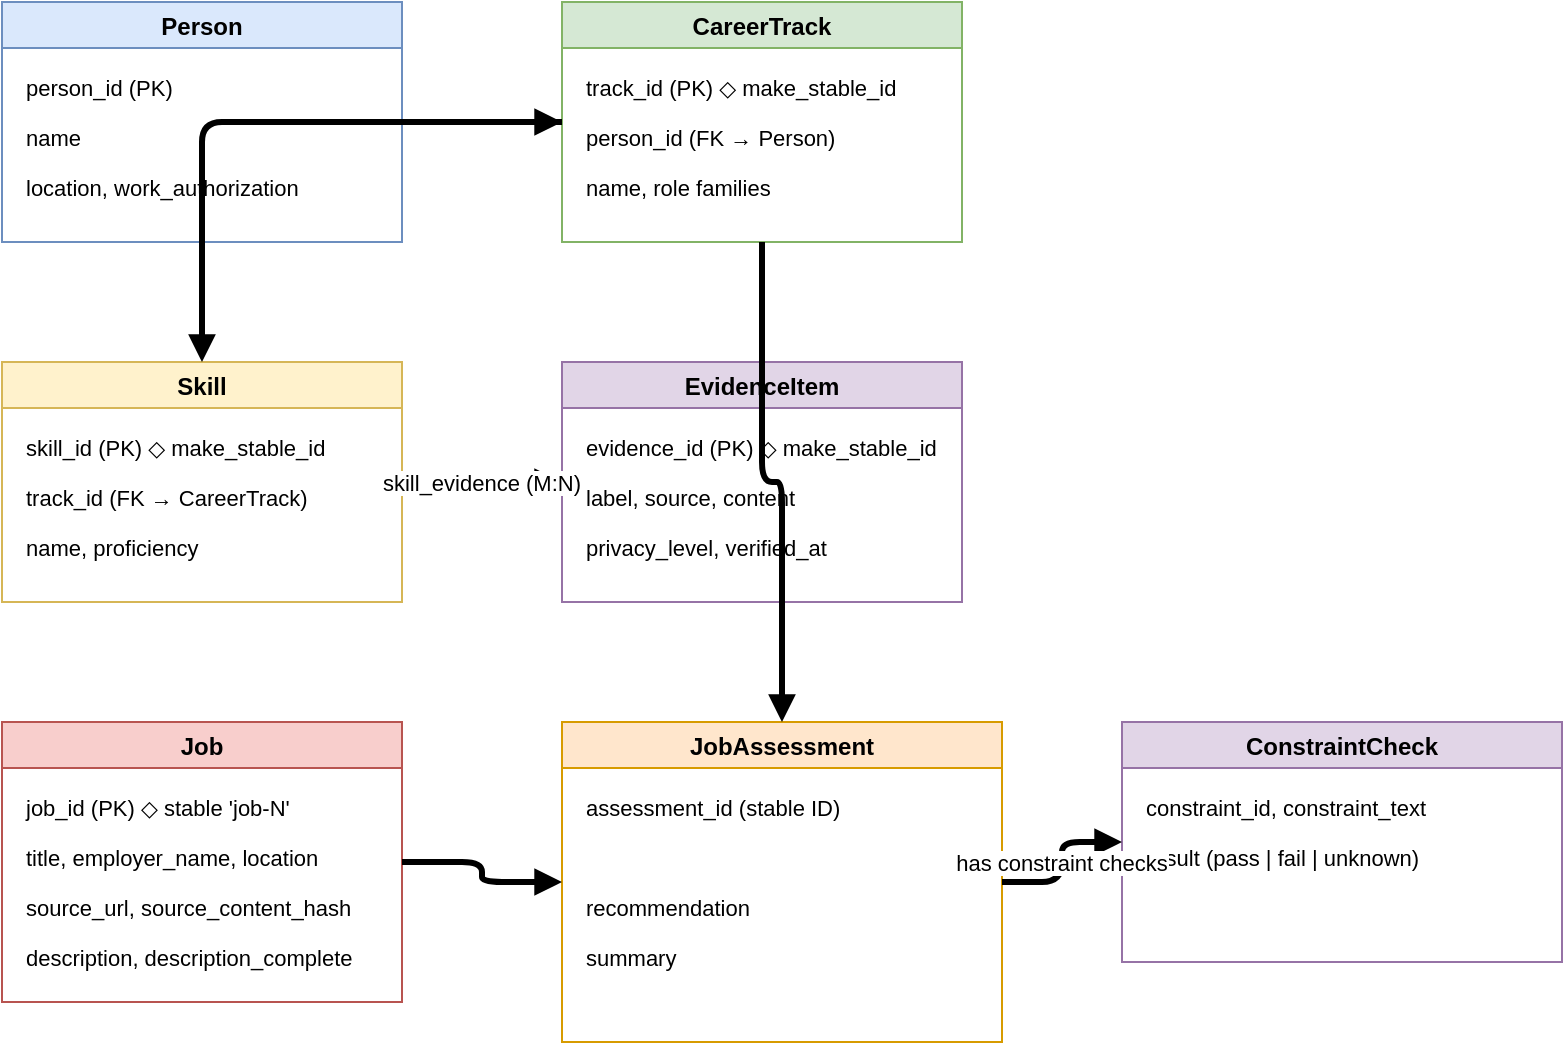
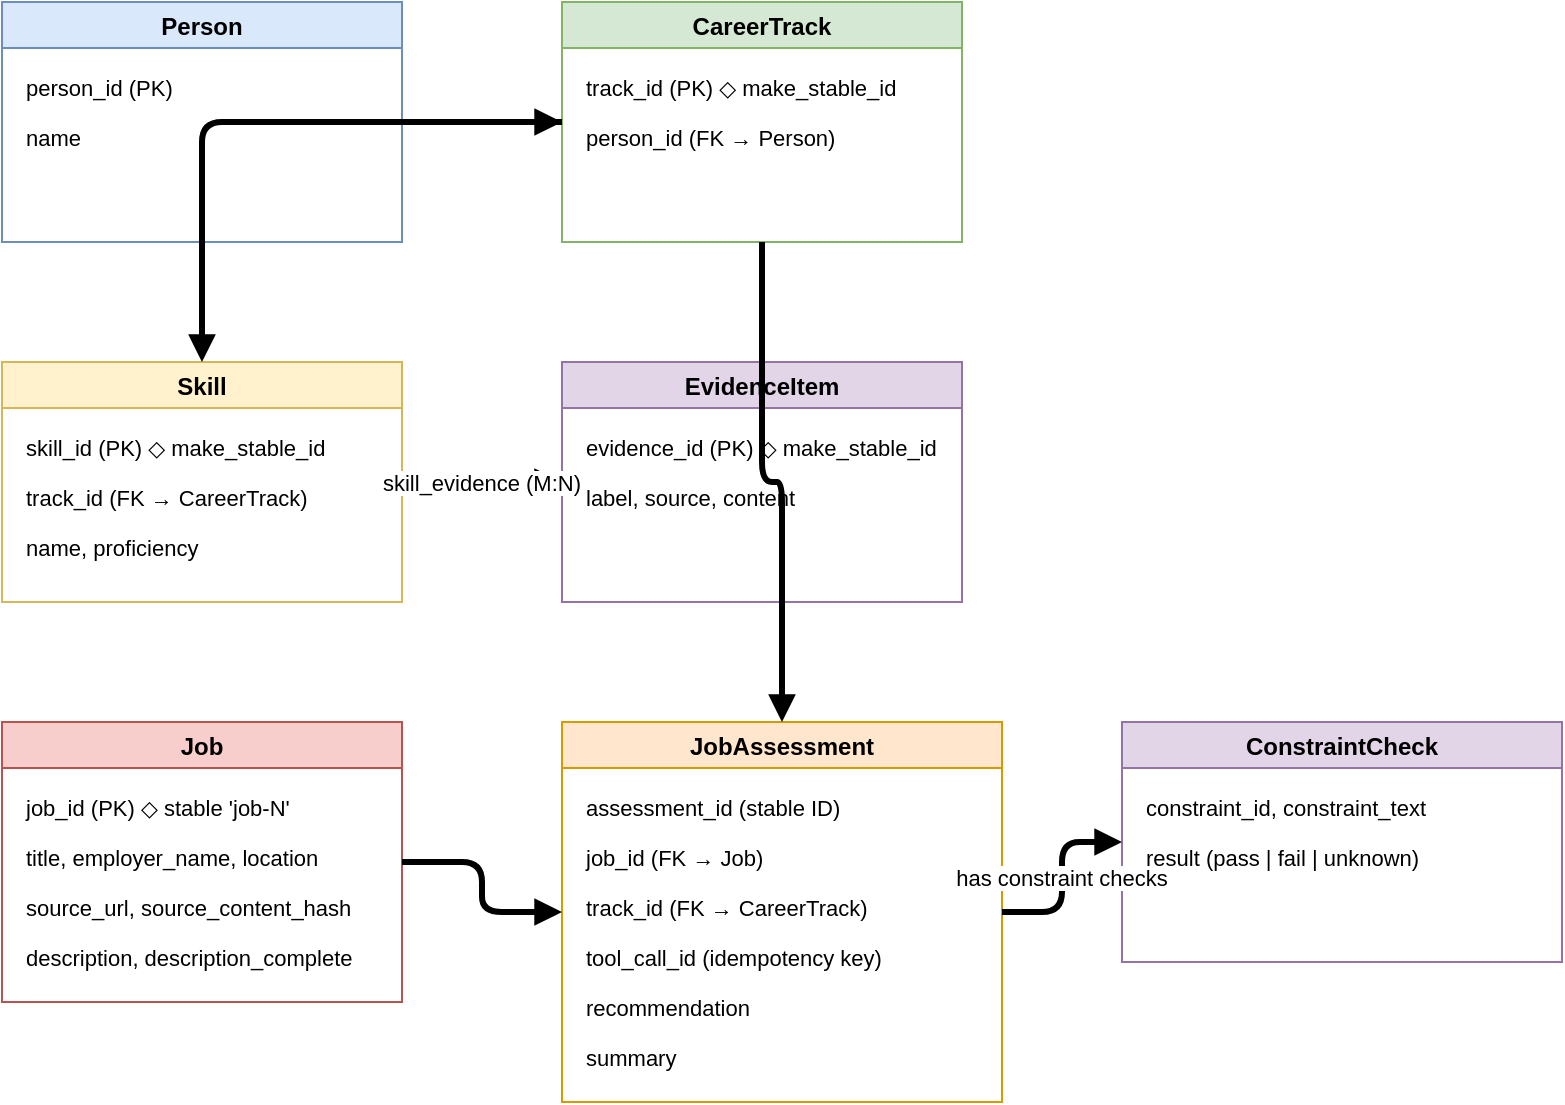
<mxfile host="app.diagrams.net">
  <diagram name="employment-models">
    <mxGraphModel dx="1200" dy="800" grid="1" gridSize="10" guides="1" tooltips="1" connect="1" arrows="1" fold="1" page="1" pageScale="1" pageWidth="827" pageHeight="1169">
      <root>
        <mxCell id="0"/>
        <mxCell id="1" parent="0"/>
        <mxCell id="group-person" value="Person" style="swimlane;fillColor=#dae8fc;strokeColor=#6c8ebf;" vertex="1" parent="1">
          <mxGeometry x="40" y="40" width="200" height="120" as="geometry"/>
        </mxCell>
        <mxCell id="person-id" value="person_id (PK)" style="text;fontSize=11;" vertex="1" parent="group-person">
          <mxGeometry x="10" y="30" width="180" height="20" as="geometry"/>
        </mxCell>
        <mxCell id="person-name" value="name" style="text;fontSize=11;" vertex="1" parent="group-person">
          <mxGeometry x="10" y="55" width="180" height="20" as="geometry"/>
        </mxCell>
-         <mxCell id="person-loc" value="location, work_authorization" style="text;fontSize=11;" vertex="1" parent="group-person">
-           <mxGeometry x="10" y="80" width="180" height="20" as="geometry"/>
-         </mxCell>
        <mxCell id="group-track" value="CareerTrack" style="swimlane;fillColor=#d5e8d4;strokeColor=#82b366;" vertex="1" parent="1">
          <mxGeometry x="320" y="40" width="200" height="120" as="geometry"/>
        </mxCell>
        <mxCell id="track-id" value="track_id (PK)  ◇ make_stable_id" style="text;fontSize=11;" vertex="1" parent="group-track">
          <mxGeometry x="10" y="30" width="180" height="20" as="geometry"/>
        </mxCell>
        <mxCell id="track-pid" value="person_id (FK → Person)" style="text;fontSize=11;" vertex="1" parent="group-track">
          <mxGeometry x="10" y="55" width="180" height="20" as="geometry"/>
-         </mxCell>
-         <mxCell id="track-name" value="name, role families" style="text;fontSize=11;" vertex="1" parent="group-track">
-           <mxGeometry x="10" y="80" width="180" height="20" as="geometry"/>
        </mxCell>
        <mxCell id="group-skill" value="Skill" style="swimlane;fillColor=#fff2cc;strokeColor=#d6b656;" vertex="1" parent="1">
          <mxGeometry x="40" y="220" width="200" height="120" as="geometry"/>
        </mxCell>
        <mxCell id="skill-id" value="skill_id (PK)  ◇ make_stable_id" style="text;fontSize=11;" vertex="1" parent="group-skill">
          <mxGeometry x="10" y="30" width="180" height="20" as="geometry"/>
        </mxCell>
        <mxCell id="skill-tid" value="track_id (FK → CareerTrack)" style="text;fontSize=11;" vertex="1" parent="group-skill">
          <mxGeometry x="10" y="55" width="180" height="20" as="geometry"/>
        </mxCell>
        <mxCell id="skill-prof" value="name, proficiency" style="text;fontSize=11;" vertex="1" parent="group-skill">
          <mxGeometry x="10" y="80" width="180" height="20" as="geometry"/>
        </mxCell>
        <mxCell id="group-evidence" value="EvidenceItem" style="swimlane;fillColor=#e1d5e7;strokeColor=#9673a6;" vertex="1" parent="1">
          <mxGeometry x="320" y="220" width="200" height="120" as="geometry"/>
        </mxCell>
        <mxCell id="ev-id" value="evidence_id (PK)  ◇ make_stable_id" style="text;fontSize=11;" vertex="1" parent="group-evidence">
          <mxGeometry x="10" y="30" width="180" height="20" as="geometry"/>
        </mxCell>
        <mxCell id="ev-label" value="label, source, content" style="text;fontSize=11;" vertex="1" parent="group-evidence">
          <mxGeometry x="10" y="55" width="180" height="20" as="geometry"/>
        </mxCell>
-         <mxCell id="ev-priv" value="privacy_level, verified_at" style="text;fontSize=11;" vertex="1" parent="group-evidence">
-           <mxGeometry x="10" y="80" width="180" height="20" as="geometry"/>
-         </mxCell>
        <mxCell id="group-job" value="Job" style="swimlane;fillColor=#f8cecc;strokeColor=#b85450;" vertex="1" parent="1">
          <mxGeometry x="40" y="400" width="200" height="140" as="geometry"/>
        </mxCell>
        <mxCell id="job-id" value="job_id (PK)  ◇ stable 'job-N'" style="text;fontSize=11;" vertex="1" parent="group-job">
          <mxGeometry x="10" y="30" width="180" height="20" as="geometry"/>
        </mxCell>
        <mxCell id="job-title" value="title, employer_name, location" style="text;fontSize=11;" vertex="1" parent="group-job">
          <mxGeometry x="10" y="55" width="180" height="20" as="geometry"/>
        </mxCell>
        <mxCell id="job-src" value="source_url, source_content_hash" style="text;fontSize=11;" vertex="1" parent="group-job">
          <mxGeometry x="10" y="80" width="180" height="20" as="geometry"/>
        </mxCell>
        <mxCell id="job-desc" value="description, description_complete" style="text;fontSize=11;" vertex="1" parent="group-job">
          <mxGeometry x="10" y="105" width="180" height="20" as="geometry"/>
        </mxCell>
        <mxCell id="group-assessment" value="JobAssessment" style="swimlane;fillColor=#ffe6cc;strokeColor=#d79b00;" vertex="1" parent="1">
-           <mxGeometry x="320" y="400" width="220" height="160" as="geometry"/>
+           <mxGeometry x="320" y="400" width="220" height="190" as="geometry"/>
        </mxCell>
        <mxCell id="asmt-id" value="assessment_id (stable ID)" style="text;fontSize=11;" vertex="1" parent="group-assessment">
          <mxGeometry x="10" y="30" width="200" height="20" as="geometry"/>
        </mxCell>
-         <mxCell id="asmt-recommendation" value="recommendation" style="text;fontSize=11;" vertex="1" parent="group-assessment">
+         <mxCell id="asmt-job" value="job_id (FK → Job)" style="text;fontSize=11;" vertex="1" parent="group-assessment">
+           <mxGeometry x="10" y="55" width="200" height="20" as="geometry"/>
+         </mxCell>
+         <mxCell id="asmt-track" value="track_id (FK → CareerTrack)" style="text;fontSize=11;" vertex="1" parent="group-assessment">
          <mxGeometry x="10" y="80" width="200" height="20" as="geometry"/>
        </mxCell>
+         <mxCell id="asmt-tool-call" value="tool_call_id (idempotency key)" style="text;fontSize=11;" vertex="1" parent="group-assessment">
+           <mxGeometry x="10" y="105" width="200" height="20" as="geometry"/>
+         </mxCell>
+         <mxCell id="asmt-recommendation" value="recommendation" style="text;fontSize=11;" vertex="1" parent="group-assessment">
+           <mxGeometry x="10" y="130" width="200" height="20" as="geometry"/>
+         </mxCell>
        <mxCell id="asmt-summary" value="summary" style="text;fontSize=11;" vertex="1" parent="group-assessment">
-           <mxGeometry x="10" y="105" width="200" height="20" as="geometry"/>
+           <mxGeometry x="10" y="155" width="200" height="20" as="geometry"/>
        </mxCell>
        <mxCell id="group-constraint" value="ConstraintCheck" style="swimlane;fillColor=#e1d5e7;strokeColor=#9673a6;" vertex="1" parent="1">
          <mxGeometry x="600" y="400" width="220" height="120" as="geometry"/>
        </mxCell>
        <mxCell id="constraint-fields" value="constraint_id, constraint_text" style="text;fontSize=11;" vertex="1" parent="group-constraint">
          <mxGeometry x="10" y="30" width="200" height="20" as="geometry"/>
        </mxCell>
        <mxCell id="constraint-result" value="result (pass | fail | unknown)" style="text;fontSize=11;" vertex="1" parent="group-constraint">
          <mxGeometry x="10" y="55" width="200" height="20" as="geometry"/>
        </mxCell>
        <mxCell id="edge-p-t" value="" style="edgeStyle=orthogonalEdgeStyle;orthogonalLoop=1;jettySize=auto;endArrow=block;endFill=1;strokeWidth=3;" edge="1" parent="1" source="group-person" target="group-track">
          <mxGeometry relative="1" as="geometry"/>
        </mxCell>
        <mxCell id="edge-t-s" value="" style="edgeStyle=orthogonalEdgeStyle;orthogonalLoop=1;jettySize=auto;endArrow=block;endFill=1;strokeWidth=3;" edge="1" parent="1" source="group-track" target="group-skill">
          <mxGeometry relative="1" as="geometry"/>
        </mxCell>
        <mxCell id="edge-s-e" value="skill_evidence (M:N)" style="edgeStyle=orthogonalEdgeStyle;orthogonalLoop=1;jettySize=auto;endArrow=block;endFill=1;strokeWidth=3;dashed=1;" edge="1" parent="1" source="group-skill" target="group-evidence">
          <mxGeometry relative="1" as="geometry"/>
        </mxCell>
        <mxCell id="edge-j-a" value="" style="edgeStyle=orthogonalEdgeStyle;orthogonalLoop=1;jettySize=auto;endArrow=block;endFill=1;strokeWidth=3;" edge="1" parent="1" source="group-job" target="group-assessment">
          <mxGeometry relative="1" as="geometry"/>
        </mxCell>
        <mxCell id="edge-t-a" value="" style="edgeStyle=orthogonalEdgeStyle;orthogonalLoop=1;jettySize=auto;endArrow=block;endFill=1;strokeWidth=3;" edge="1" parent="1" source="group-track" target="group-assessment">
          <mxGeometry relative="1" as="geometry"/>
        </mxCell>
        <mxCell id="edge-a-c" value="has constraint checks" style="edgeStyle=orthogonalEdgeStyle;orthogonalLoop=1;jettySize=auto;endArrow=block;endFill=1;strokeWidth=3;" edge="1" parent="1" source="group-assessment" target="group-constraint">
          <mxGeometry relative="1" as="geometry"/>
        </mxCell>
      </root>
    </mxGraphModel>
  </diagram>
</mxfile>
